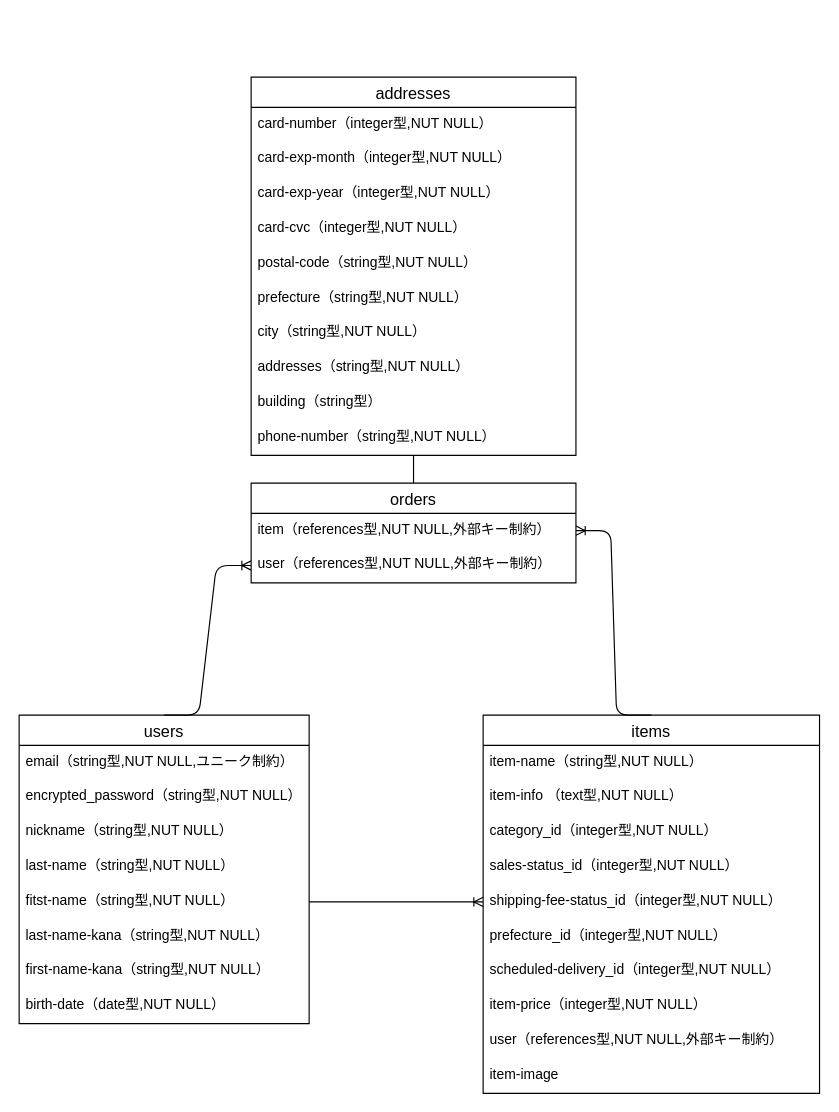
This is Draw.dio from sakana117/furima-37643, a draw.io file, before an edit. Source tidied: cells renumbered, new cells numbered last; positions are measured from the earlier drawing's top-left corner, leaving out a move shared by most shapes. Both pictures are drawn from the tidied source at 116%, with x=0, y=0 at pixel (19, 77).
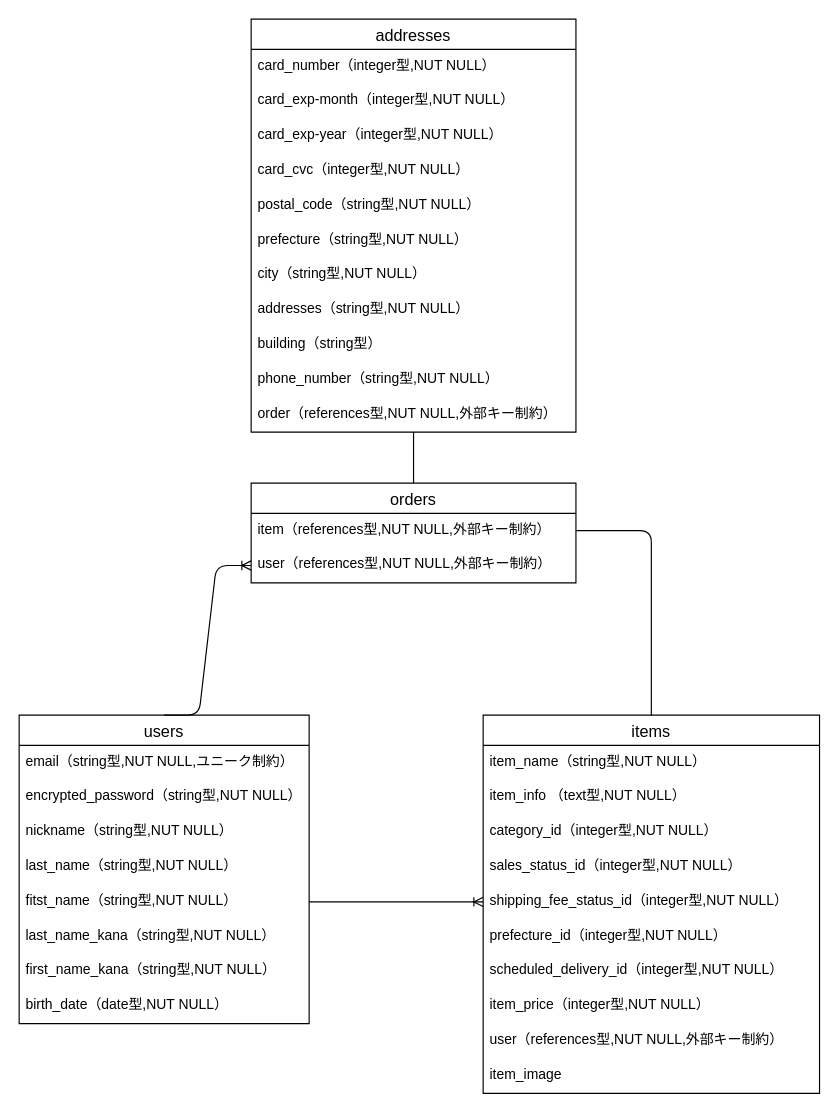
Above is the later version.

Commit message (it also covers changes not shown here):
データベース設計　修正4

Unchanged cells that the change refers to:
```xml
<mxCell id="2" value="users" style="swimlane;fontStyle=0;horizontal=1;startSize=26;align=center;fontSize=14;" parent="1" vertex="1">
  <mxGeometry y="550" width="250" height="266" as="geometry" />
</mxCell>
<mxCell id="11" value="items" style="swimlane;fontStyle=0;horizontal=1;startSize=26;align=center;fontSize=14;" parent="1" vertex="1">
  <mxGeometry x="400" y="550" width="290" height="326" as="geometry" />
</mxCell>
<mxCell id="23" value="item（references型,NUT NULL,外部キー制約）" style="text;strokeColor=none;fillColor=none;spacingLeft=4;spacingRight=4;overflow=hidden;points=[[0,0.5],[1,0.5]];portConstraint=eastwest;fontSize=12;" parent="22" vertex="1">
  <mxGeometry y="26" width="280" height="30" as="geometry" />
</mxCell>
```

Change to the diagram source:
```diff
@@
-    <mxCell id="6" value="last-name（string型,NUT NULL）" style="text;strokeColor=none;fillColor=none;spacingLeft=4;spacingRight=4;overflow=hidden;fontSize=12;" parent="2" vertex="1">
+    <mxCell id="6" value="last_name（string型,NUT NULL）" style="text;strokeColor=none;fillColor=none;spacingLeft=4;spacingRight=4;overflow=hidden;fontSize=12;" parent="2" vertex="1">
       <mxGeometry y="116" width="250" height="30" as="geometry" />
     </mxCell>
-    <mxCell id="7" value="fitst-name（string型,NUT NULL）" style="text;strokeColor=none;fillColor=none;spacingLeft=4;spacingRight=4;overflow=hidden;points=[[0,0.5],[1,0.5]];portConstraint=eastwest;fontSize=12;" parent="2" vertex="1">
+    <mxCell id="7" value="fitst_name（string型,NUT NULL）" style="text;strokeColor=none;fillColor=none;spacingLeft=4;spacingRight=4;overflow=hidden;points=[[0,0.5],[1,0.5]];portConstraint=eastwest;fontSize=12;" parent="2" vertex="1">
       <mxGeometry y="146" width="250" height="30" as="geometry" />
     </mxCell>
-    <mxCell id="8" value="last-name-kana（string型,NUT NULL）" style="text;strokeColor=none;fillColor=none;spacingLeft=4;spacingRight=4;overflow=hidden;fontSize=12;" parent="2" vertex="1">
+    <mxCell id="8" value="last_name_kana（string型,NUT NULL）" style="text;strokeColor=none;fillColor=none;spacingLeft=4;spacingRight=4;overflow=hidden;fontSize=12;" parent="2" vertex="1">
       <mxGeometry y="176" width="250" height="30" as="geometry" />
     </mxCell>
-    <mxCell id="9" value="first-name-kana（string型,NUT NULL）" style="text;strokeColor=none;fillColor=none;spacingLeft=4;spacingRight=4;overflow=hidden;fontSize=12;" parent="2" vertex="1">
+    <mxCell id="9" value="first_name_kana（string型,NUT NULL）" style="text;strokeColor=none;fillColor=none;spacingLeft=4;spacingRight=4;overflow=hidden;fontSize=12;" parent="2" vertex="1">
       <mxGeometry y="206" width="250" height="30" as="geometry" />
     </mxCell>
-    <mxCell id="10" value="birth-date（date型,NUT NULL）" style="text;strokeColor=none;fillColor=none;spacingLeft=4;spacingRight=4;overflow=hidden;fontSize=12;" parent="2" vertex="1">
+    <mxCell id="10" value="birth_date（date型,NUT NULL）" style="text;strokeColor=none;fillColor=none;spacingLeft=4;spacingRight=4;overflow=hidden;fontSize=12;" parent="2" vertex="1">
       <mxGeometry y="236" width="250" height="30" as="geometry" />
     </mxCell>
@@
-    <mxCell id="12" value="item-name（string型,NUT NULL）" style="text;strokeColor=none;fillColor=none;spacingLeft=4;spacingRight=4;overflow=hidden;fontSize=12;" parent="11" vertex="1">
+    <mxCell id="12" value="item_name（string型,NUT NULL）" style="text;strokeColor=none;fillColor=none;spacingLeft=4;spacingRight=4;overflow=hidden;fontSize=12;" parent="11" vertex="1">
       <mxGeometry y="26" width="290" height="30" as="geometry" />
     </mxCell>
-    <mxCell id="13" value="item-info （text型,NUT NULL）" style="text;strokeColor=none;fillColor=none;spacingLeft=4;spacingRight=4;overflow=hidden;fontSize=12;" parent="11" vertex="1">
+    <mxCell id="13" value="item_info （text型,NUT NULL）" style="text;strokeColor=none;fillColor=none;spacingLeft=4;spacingRight=4;overflow=hidden;fontSize=12;" parent="11" vertex="1">
       <mxGeometry y="56" width="290" height="30" as="geometry" />
     </mxCell>
@@
-    <mxCell id="15" value="sales-status_id（integer型,NUT NULL）" style="text;strokeColor=none;fillColor=none;spacingLeft=4;spacingRight=4;overflow=hidden;fontSize=12;" parent="11" vertex="1">
+    <mxCell id="15" value="sales_status_id（integer型,NUT NULL）" style="text;strokeColor=none;fillColor=none;spacingLeft=4;spacingRight=4;overflow=hidden;fontSize=12;" parent="11" vertex="1">
       <mxGeometry y="116" width="290" height="30" as="geometry" />
     </mxCell>
-    <mxCell id="16" value="shipping-fee-status_id（integer型,NUT NULL）" style="text;strokeColor=none;fillColor=none;spacingLeft=4;spacingRight=4;overflow=hidden;points=[[0,0.5],[1,0.5]];portConstraint=eastwest;fontSize=12;" parent="11" vertex="1">
+    <mxCell id="16" value="shipping_fee_status_id（integer型,NUT NULL）" style="text;strokeColor=none;fillColor=none;spacingLeft=4;spacingRight=4;overflow=hidden;points=[[0,0.5],[1,0.5]];portConstraint=eastwest;fontSize=12;" parent="11" vertex="1">
       <mxGeometry y="146" width="290" height="30" as="geometry" />
     </mxCell>
@@
-    <mxCell id="18" value="scheduled-delivery_id（integer型,NUT NULL）" style="text;strokeColor=none;fillColor=none;spacingLeft=4;spacingRight=4;overflow=hidden;fontSize=12;" parent="11" vertex="1">
+    <mxCell id="18" value="scheduled_delivery_id（integer型,NUT NULL）" style="text;strokeColor=none;fillColor=none;spacingLeft=4;spacingRight=4;overflow=hidden;fontSize=12;" parent="11" vertex="1">
       <mxGeometry y="206" width="290" height="30" as="geometry" />
     </mxCell>
-    <mxCell id="19" value="item-price（integer型,NUT NULL）" style="text;strokeColor=none;fillColor=none;spacingLeft=4;spacingRight=4;overflow=hidden;fontSize=12;" parent="11" vertex="1">
+    <mxCell id="19" value="item_price（integer型,NUT NULL）" style="text;strokeColor=none;fillColor=none;spacingLeft=4;spacingRight=4;overflow=hidden;fontSize=12;" parent="11" vertex="1">
       <mxGeometry y="236" width="290" height="30" as="geometry" />
     </mxCell>
@@
-    <mxCell id="21" value="item-image" style="text;strokeColor=none;fillColor=none;spacingLeft=4;spacingRight=4;overflow=hidden;fontSize=12;" parent="11" vertex="1">
+    <mxCell id="21" value="item_image" style="text;strokeColor=none;fillColor=none;spacingLeft=4;spacingRight=4;overflow=hidden;fontSize=12;" parent="11" vertex="1">
       <mxGeometry y="296" width="290" height="30" as="geometry" />
     </mxCell>
@@
-    <mxCell id="27" style="edgeStyle=entityRelationEdgeStyle;fontSize=12;html=1;endArrow=ERoneToMany;entryX=1;entryY=0.5;entryDx=0;entryDy=0;strokeColor=default;rounded=1;exitX=0.5;exitY=0;exitDx=0;exitDy=0;" parent="1" edge="1" source="11" target="23">
-      <mxGeometry relative="1" as="geometry" />
-    </mxCell>
     <mxCell id="28" value="addresses" style="swimlane;fontStyle=0;horizontal=1;startSize=26;align=center;fontSize=14;" parent="1" vertex="1">
-      <mxGeometry x="200" width="280" height="326" as="geometry" />
+      <mxGeometry x="200" y="-50" width="280" height="356" as="geometry" />
     </mxCell>
-    <mxCell id="29" value="card-number（integer型,NUT NULL）" style="text;strokeColor=none;fillColor=none;spacingLeft=4;spacingRight=4;overflow=hidden;fontSize=12;" parent="28" vertex="1">
+    <mxCell id="29" value="card_number（integer型,NUT NULL）" style="text;strokeColor=none;fillColor=none;spacingLeft=4;spacingRight=4;overflow=hidden;fontSize=12;" parent="28" vertex="1">
       <mxGeometry y="26" width="280" height="30" as="geometry" />
     </mxCell>
-    <mxCell id="30" value="card-exp-month（integer型,NUT NULL）" style="text;strokeColor=none;fillColor=none;spacingLeft=4;spacingRight=4;overflow=hidden;fontSize=12;" parent="28" vertex="1">
+    <mxCell id="30" value="card_exp-month（integer型,NUT NULL）" style="text;strokeColor=none;fillColor=none;spacingLeft=4;spacingRight=4;overflow=hidden;fontSize=12;" parent="28" vertex="1">
       <mxGeometry y="56" width="280" height="30" as="geometry" />
     </mxCell>
-    <mxCell id="31" value="card-exp-year（integer型,NUT NULL）" style="text;strokeColor=none;fillColor=none;spacingLeft=4;spacingRight=4;overflow=hidden;fontSize=12;" parent="28" vertex="1">
+    <mxCell id="31" value="card_exp-year（integer型,NUT NULL）" style="text;strokeColor=none;fillColor=none;spacingLeft=4;spacingRight=4;overflow=hidden;fontSize=12;" parent="28" vertex="1">
       <mxGeometry y="86" width="280" height="30" as="geometry" />
     </mxCell>
-    <mxCell id="32" value="card-cvc（integer型,NUT NULL）" style="text;strokeColor=none;fillColor=none;spacingLeft=4;spacingRight=4;overflow=hidden;fontSize=12;" parent="28" vertex="1">
+    <mxCell id="32" value="card_cvc（integer型,NUT NULL）" style="text;strokeColor=none;fillColor=none;spacingLeft=4;spacingRight=4;overflow=hidden;fontSize=12;" parent="28" vertex="1">
       <mxGeometry y="116" width="280" height="30" as="geometry" />
     </mxCell>
-    <mxCell id="33" value="postal-code（string型,NUT NULL）" style="text;strokeColor=none;fillColor=none;spacingLeft=4;spacingRight=4;overflow=hidden;fontSize=12;" parent="28" vertex="1">
+    <mxCell id="33" value="postal_code（string型,NUT NULL）" style="text;strokeColor=none;fillColor=none;spacingLeft=4;spacingRight=4;overflow=hidden;fontSize=12;" parent="28" vertex="1">
       <mxGeometry y="146" width="280" height="30" as="geometry" />
     </mxCell>
@@
-    <mxCell id="38" value="phone-number（string型,NUT NULL）" style="text;strokeColor=none;fillColor=none;spacingLeft=4;spacingRight=4;overflow=hidden;fontSize=12;" parent="28" vertex="1">
+    <mxCell id="38" value="phone_number（string型,NUT NULL）" style="text;strokeColor=none;fillColor=none;spacingLeft=4;spacingRight=4;overflow=hidden;fontSize=12;" parent="28" vertex="1">
       <mxGeometry y="296" width="280" height="30" as="geometry" />
     </mxCell>
+    <mxCell id="40" value="order（references型,NUT NULL,外部キー制約）" style="text;strokeColor=none;fillColor=none;spacingLeft=4;spacingRight=4;overflow=hidden;fontSize=12;" parent="28" vertex="1">
+      <mxGeometry y="326" width="280" height="30" as="geometry" />
+    </mxCell>
@@
+    <mxCell id="41" style="endArrow=none;html=1;rounded=1;exitX=1;exitY=0.5;exitDx=0;exitDy=0;entryX=0.5;entryY=0;entryDx=0;entryDy=0;" parent="1" edge="1" source="23" target="11">
+      <mxGeometry relative="1" as="geometry">
+        <Array as="points">
+          <mxPoint x="545" y="391" />
+        </Array>
+      </mxGeometry>
+    </mxCell>
```
